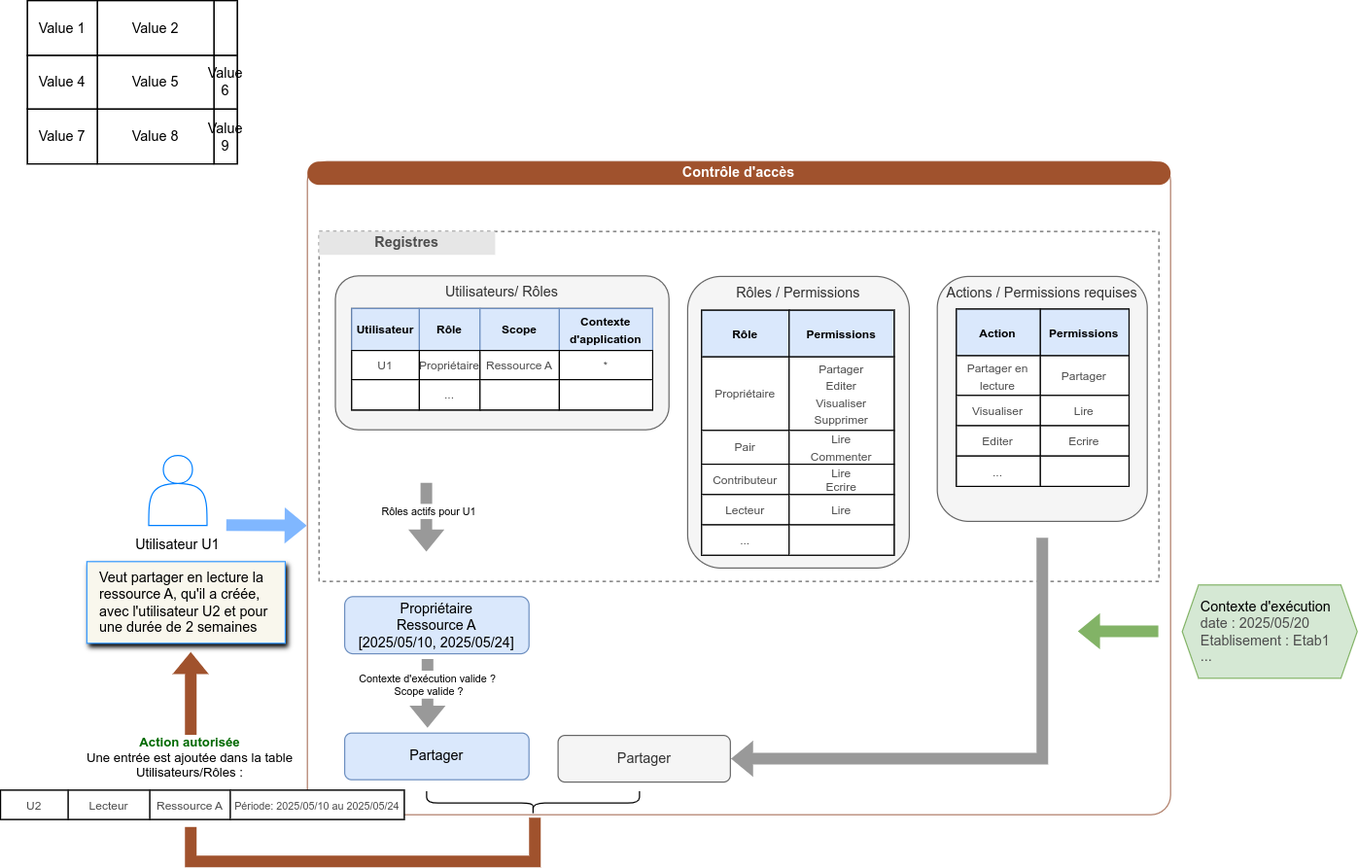
Above: assets/images/architecture-security-rbac-ex.png in avenirs-esr/dev-doc (draw.io), before the change. Source tidied: cells renumbered, new cells last; positions are measured from the earlier drawing's top-left corner, leaving out a move shared by most shapes.
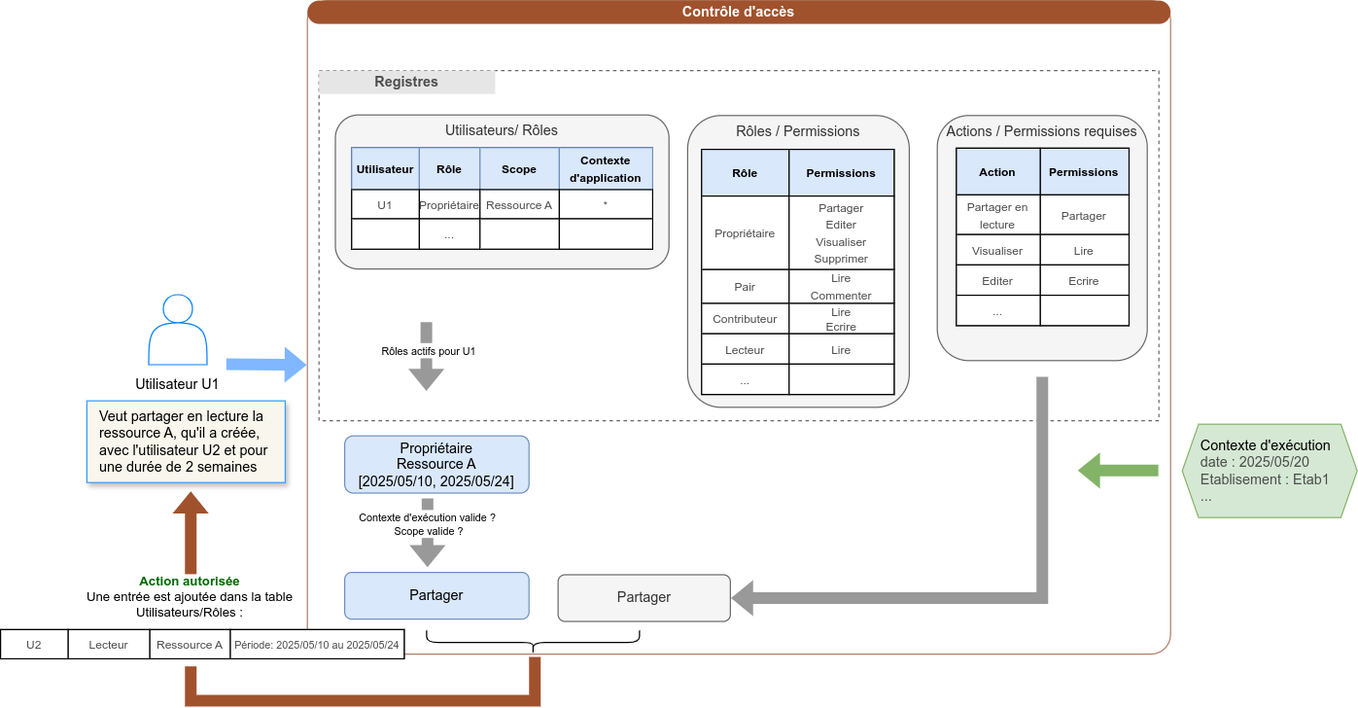
After the change.

Commit message:
fix: trailing form

Change to the diagram source:
```diff
@@ -261,45 +261,6 @@
         <mxPoint x="263" y="450.2" as="targetPoint" />
       </mxGeometry>
     </mxCell>
-    <mxCell id="80" style="shadow=0;fillColor=none;" parent="1" vertex="1">
-      <mxGeometry x="23" width="180" height="140" as="geometry" />
-    </mxCell>
-    <mxCell id="81" style="shape=tableRow;horizontal=0;startSize=0;swimlaneHead=0;swimlaneBody=0;top=0;left=0;bottom=0;right=0;fontStyle=0;fillColor=none;strokeColor=inherit;" parent="80" vertex="1">
-      <mxGeometry width="180" height="47" as="geometry" />
-    </mxCell>
-    <mxCell id="82" value="Value 1" style="strokeColor=inherit;fillColor=none;align=center;whiteSpace=wrap;html=1;" parent="81" vertex="1">
-      <mxGeometry width="60" height="47" as="geometry" />
-    </mxCell>
-    <mxCell id="83" value="Value 2" style="strokeColor=inherit;fillColor=none;align=center;whiteSpace=wrap;html=1;" parent="81" vertex="1">
-      <mxGeometry x="60" width="100" height="47" as="geometry" />
-    </mxCell>
-    <mxCell id="84" style="strokeColor=inherit;fillColor=none;align=center;whiteSpace=wrap;html=1;" parent="81" vertex="1">
-      <mxGeometry x="160" width="20" height="47" as="geometry" />
-    </mxCell>
-    <mxCell id="85" style="shape=tableRow;horizontal=0;startSize=0;swimlaneHead=0;swimlaneBody=0;top=0;left=0;bottom=0;right=0;fontStyle=0;fillColor=none;strokeColor=inherit;" parent="80" vertex="1">
-      <mxGeometry y="47" width="180" height="46" as="geometry" />
-    </mxCell>
-    <mxCell id="86" value="Value 4" style="strokeColor=inherit;fillColor=none;align=center;whiteSpace=wrap;html=1;" parent="85" vertex="1">
-      <mxGeometry width="60" height="46" as="geometry" />
-    </mxCell>
-    <mxCell id="87" value="Value 5" style="strokeColor=inherit;fillColor=none;align=center;whiteSpace=wrap;html=1;" parent="85" vertex="1">
-      <mxGeometry x="60" width="100" height="46" as="geometry" />
-    </mxCell>
-    <mxCell id="88" value="Value 6" style="strokeColor=inherit;fillColor=none;align=center;whiteSpace=wrap;html=1;" parent="85" vertex="1">
-      <mxGeometry x="160" width="20" height="46" as="geometry" />
-    </mxCell>
-    <mxCell id="89" style="shape=tableRow;horizontal=0;startSize=0;swimlaneHead=0;swimlaneBody=0;top=0;left=0;bottom=0;right=0;fontStyle=0;fillColor=none;strokeColor=inherit;" parent="80" vertex="1">
-      <mxGeometry y="93" width="180" height="47" as="geometry" />
-    </mxCell>
-    <mxCell id="90" value="Value 7" style="strokeColor=inherit;fillColor=none;align=center;whiteSpace=wrap;html=1;" parent="89" vertex="1">
-      <mxGeometry width="60" height="47" as="geometry" />
-    </mxCell>
-    <mxCell id="91" value="Value 8" style="strokeColor=inherit;fillColor=none;align=center;whiteSpace=wrap;html=1;" parent="89" vertex="1">
-      <mxGeometry x="60" width="100" height="47" as="geometry" />
-    </mxCell>
-    <mxCell id="92" value="Value 9" style="strokeColor=inherit;fillColor=none;align=center;whiteSpace=wrap;html=1;" parent="89" vertex="1">
-      <mxGeometry x="160" width="20" height="47" as="geometry" />
-    </mxCell>
     <mxCell id="93" style="shape=flexArrow;endArrow=classic;html=1;rounded=0;fillColor=#82B366;strokeColor=none;" parent="1" edge="1">
       <mxGeometry relative="1" as="geometry">
         <mxPoint x="993" y="540.7" as="sourcePoint" />
```
